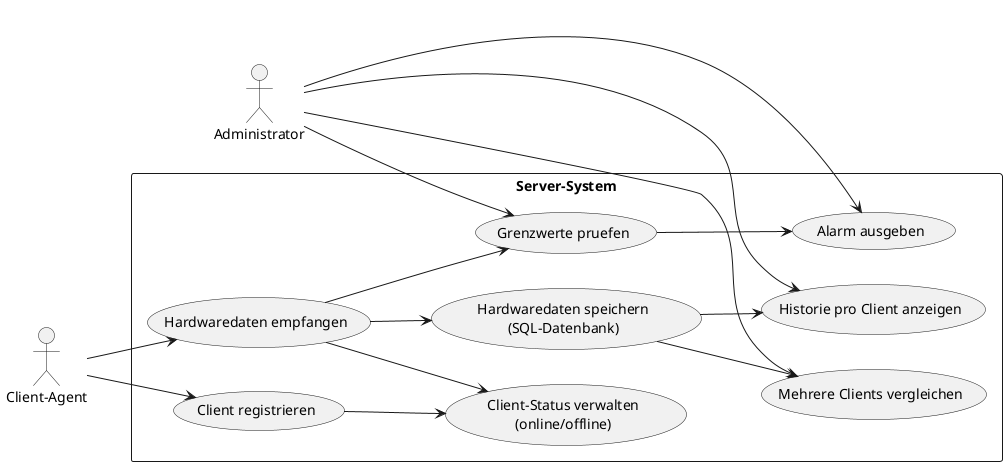
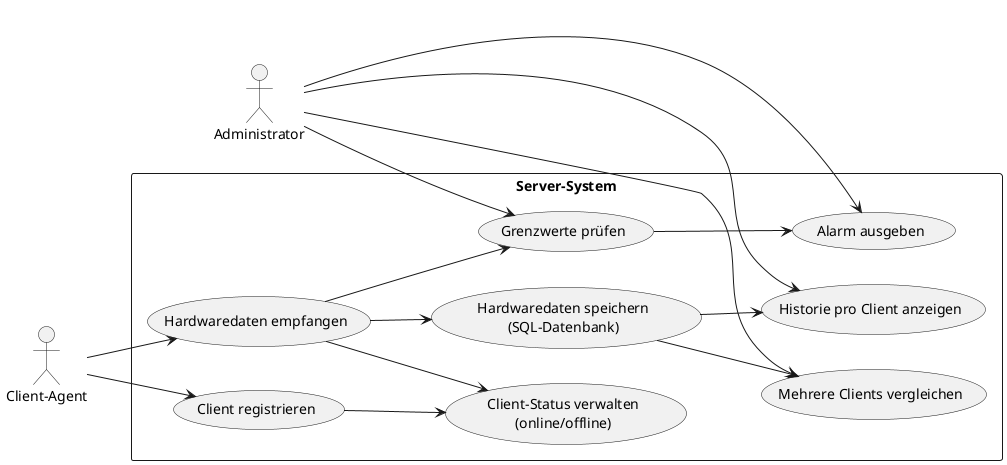
@startuml
left to right direction
skinparam packageStyle rectangle

actor "Administrator" as Admin
actor "Client-Agent" as Agent

rectangle "Server-System" {
  usecase "Client registrieren" as UC1
  usecase "Hardwaredaten empfangen" as UC2
  usecase "Hardwaredaten speichern\n(SQL-Datenbank)" as UC3
  usecase "Historie pro Client anzeigen" as UC4
  usecase "Mehrere Clients vergleichen" as UC5
-   usecase "Grenzwerte pruefen" as UC6
+   usecase "Grenzwerte prüfen" as UC6
  usecase "Alarm ausgeben" as UC7
  usecase "Client-Status verwalten\n(online/offline)" as UC8
}

Agent --> UC1
Agent --> UC2
UC2 --> UC3
UC2 --> UC6
UC6 --> UC7
UC3 --> UC4
UC3 --> UC5
UC1 --> UC8
UC2 --> UC8

Admin --> UC4
Admin --> UC5
Admin --> UC7
Admin --> UC6
@enduml
